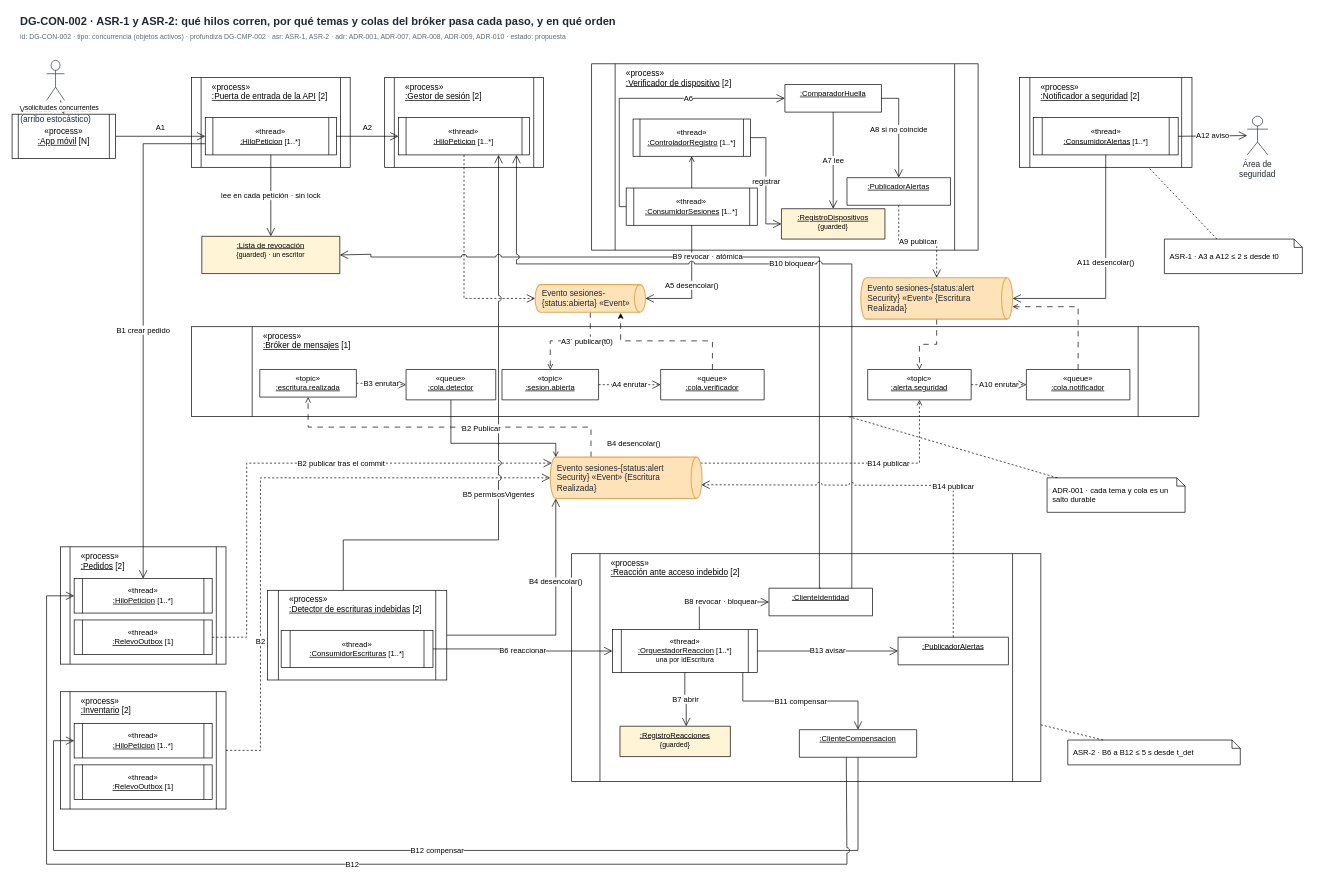
The draw.io diagram page "DG-CON-002 · Seguridad" (2 of 3) of docs/modelos/drawio/vista-concurrencia.drawio in MATI-MBIT/arqsoft-reto-2, before the edit. Source tidied: cells renumbered, new cells numbered last; positions are measured from the earlier drawing's top-left corner, leaving out a move shared by most shapes. Both pictures are drawn from the tidied source at 69%, with x=0, y=0 at pixel (12, 12).
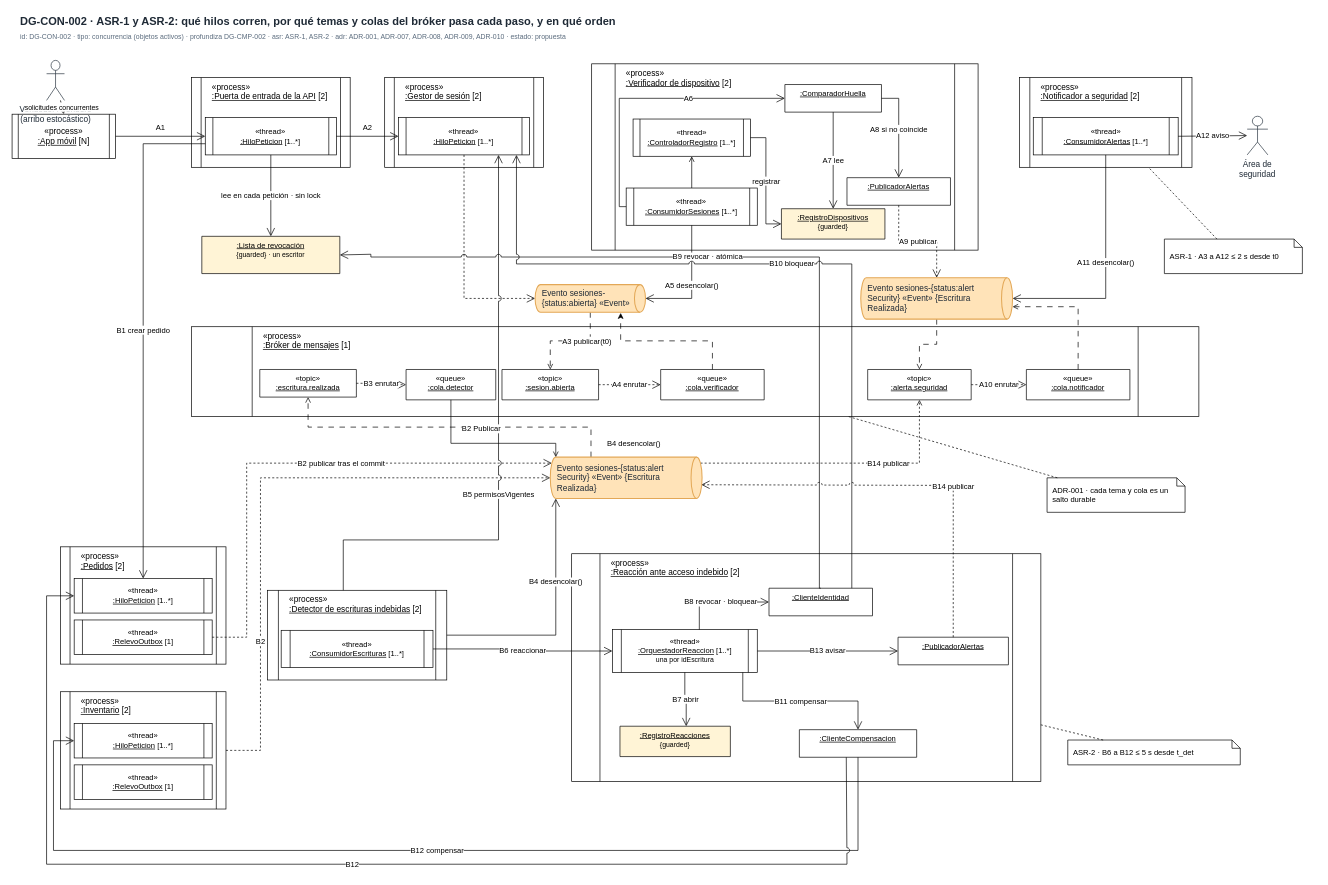
The same page after the edit.

Unchanged cells that the change refers to:
```xml
<mxCell id="79" style="edgeStyle=orthogonalEdgeStyle;rounded=0;jettySize=auto;html=1;exitX=1;exitY=0.5;exitDx=0;exitDy=0;exitPerimeter=0;entryX=0.5;entryY=0;entryDx=0;entryDy=0;endArrow=open;endFill=0;dashed=1;dashPattern=8 8;" parent="1" edge="1" source="81" target="23">
  <mxGeometry relative="1" as="geometry" />
</mxCell>
```

The edit, as a diff of the source:
```diff
@@
-    <mxCell id="80" value="A3´ publicar(t0)" style="edgeLabel;html=1;align=center;verticalAlign=middle;" parent="79" vertex="1">
+    <mxCell id="80" value="A3 publicar(t0)" style="edgeLabel;html=1;align=center;verticalAlign=middle;" parent="79" vertex="1">
       <mxGeometry x="-0.33" relative="1" as="geometry" />
     </mxCell>
```
